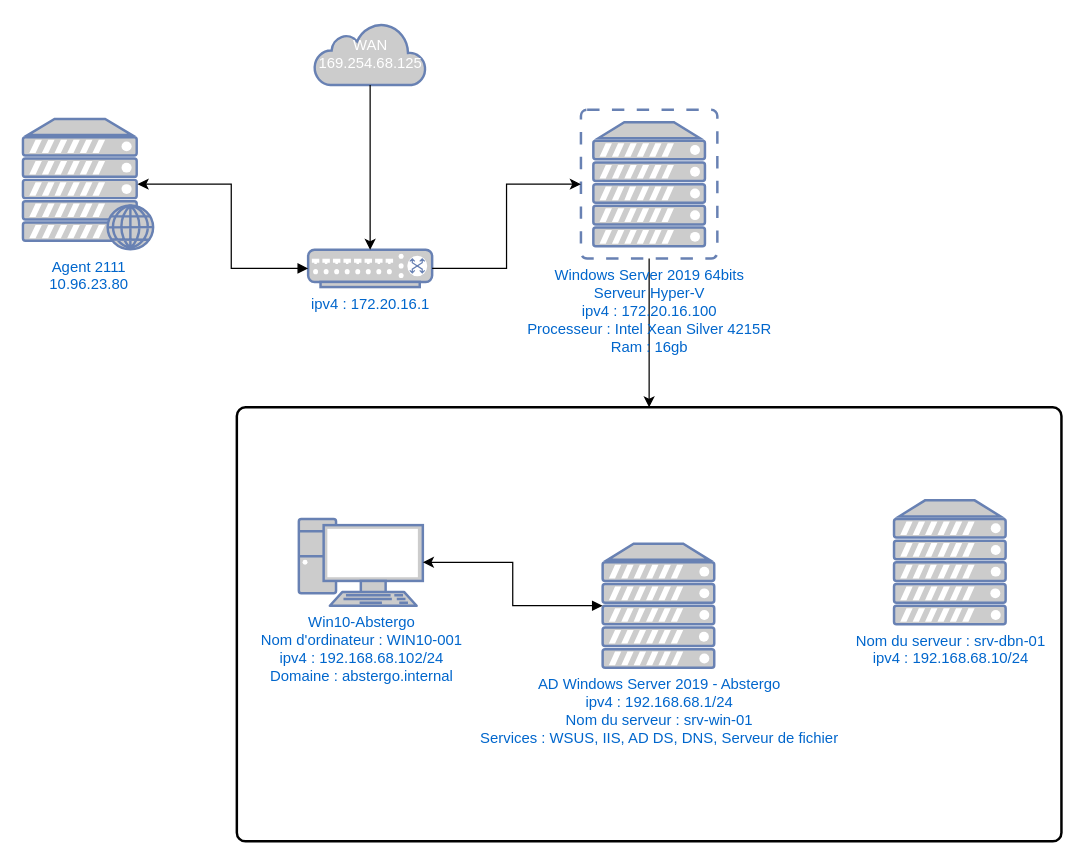
The draw.io diagram CarteduReseau.drawio in CharifMah/AbstergoAnimus, before the edit. Source tidied: cells renumbered, new cells numbered last; positions are measured from the earlier drawing's top-left corner, leaving out a move shared by most shapes. Both pictures are drawn from the tidied source at 124%, with x=0, y=0 at pixel (22, 22).
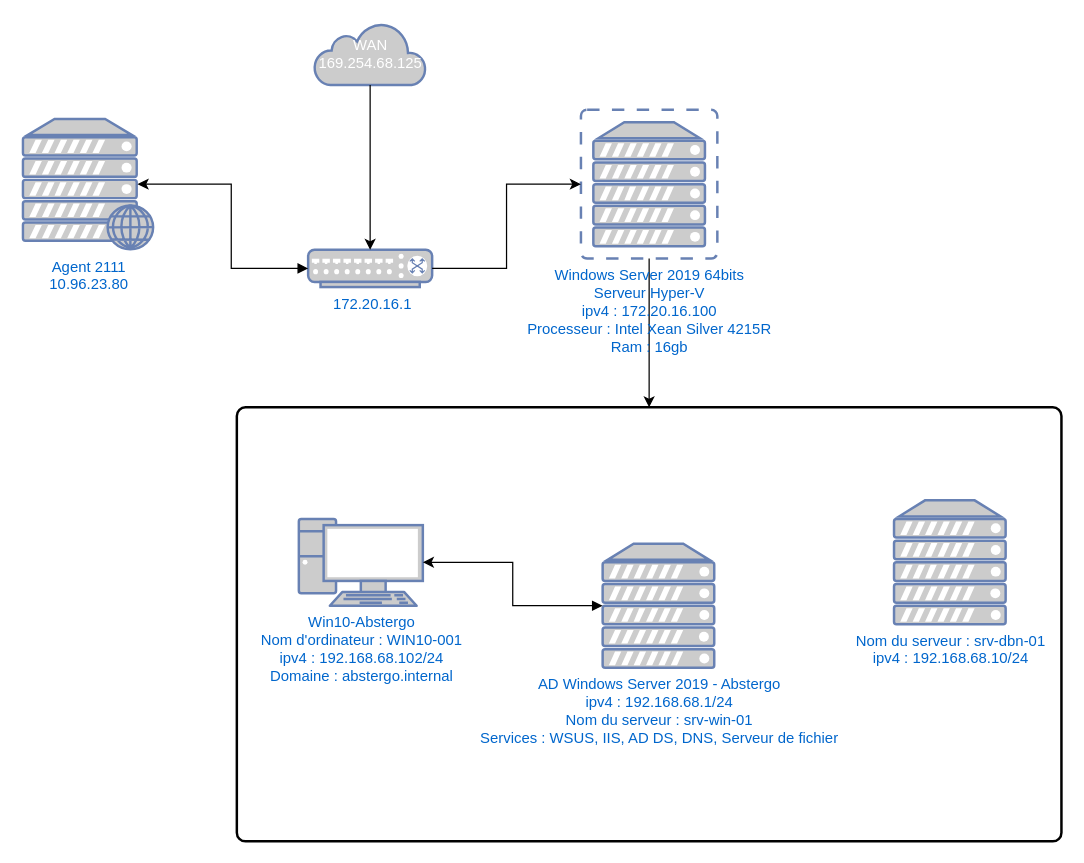
The same page after the edit.

Change to the diagram source:
```diff
@@
 <mxGraphModel>
   <root>
     <mxCell id="0" />
     <mxCell id="1" parent="0" />
     <mxCell id="2" style="edgeStyle=orthogonalEdgeStyle;rounded=0;jettySize=auto;html=1;entryX=0.5;entryY=0;entryDx=0;entryDy=0;" parent="1" edge="1" source="3" target="9">
       <mxGeometry relative="1" as="geometry" />
     </mxCell>
     <mxCell id="3" value="Windows Server 2019 64bits&lt;br&gt;Serveur Hyper-V&lt;br&gt;ipv4 : 172.20.16.100&lt;br&gt;Processeur : Intel Xean Silver 4215R&lt;br&gt;Ram : 16gb" style="fontColor=#0066CC;verticalAlign=top;verticalLabelPosition=bottom;labelPosition=center;align=center;html=1;outlineConnect=0;fillColor=#CCCCCC;strokeColor=#6881B3;gradientColor=none;gradientDirection=north;strokeWidth=2;shape=mxgraph.networks.virtual_server;" parent="1" vertex="1">
       <mxGeometry x="450" y="70" width="110" height="120" as="geometry" />
     </mxCell>
     <mxCell id="4" value="Agent 2111&lt;br&gt;10.96.23.80" style="fontColor=#0066CC;verticalAlign=top;verticalLabelPosition=bottom;labelPosition=center;align=center;html=1;outlineConnect=0;fillColor=#CCCCCC;strokeColor=#6881B3;gradientColor=none;gradientDirection=north;strokeWidth=2;shape=mxgraph.networks.web_server;" parent="1" vertex="1">
       <mxGeometry y="77.5" width="105" height="105" as="geometry" />
     </mxCell>
-    <mxCell id="5" value="ipv4 : 172.20.16.1" style="fontColor=#0066CC;verticalAlign=top;verticalLabelPosition=bottom;labelPosition=center;align=center;html=1;outlineConnect=0;fillColor=#CCCCCC;strokeColor=#6881B3;gradientColor=none;gradientDirection=north;strokeWidth=2;shape=mxgraph.networks.switch;" parent="1" vertex="1">
+    <mxCell id="5" value="&amp;nbsp;172.20.16.1" style="fontColor=#0066CC;verticalAlign=top;verticalLabelPosition=bottom;labelPosition=center;align=center;html=1;outlineConnect=0;fillColor=#CCCCCC;strokeColor=#6881B3;gradientColor=none;gradientDirection=north;strokeWidth=2;shape=mxgraph.networks.switch;" parent="1" vertex="1">
       <mxGeometry x="230" y="183" width="100" height="30" as="geometry" />
     </mxCell>
     <mxCell id="6" value="WAN&lt;br&gt;169.254.68.125" style="html=1;outlineConnect=0;fillColor=#CCCCCC;strokeColor=#6881B3;gradientColor=none;gradientDirection=north;strokeWidth=2;shape=mxgraph.networks.cloud;fontColor=#ffffff;" parent="1" vertex="1">
       <mxGeometry x="235" width="90" height="50" as="geometry" />
     </mxCell>
     <mxCell id="7" style="edgeStyle=orthogonalEdgeStyle;rounded=0;jettySize=auto;html=1;entryX=0.5;entryY=0;entryDx=0;entryDy=0;entryPerimeter=0;" parent="1" edge="1" source="6" target="5">
       <mxGeometry relative="1" as="geometry" />
     </mxCell>
     <mxCell id="8" style="group;" parent="1" vertex="1">
       <mxGeometry x="172.5" y="310" width="665" height="350" as="geometry" />
     </mxCell>
     <mxCell id="9" style="rounded=1;whiteSpace=wrap;html=1;absoluteArcSize=1;arcSize=14;strokeWidth=2;" parent="8" vertex="1">
       <mxGeometry width="665" height="350" as="geometry" />
     </mxCell>
     <mxCell id="10" value="AD Windows Server 2019 - Abstergo&lt;br&gt;ipv4 : 192.168.68.1/24&lt;br&gt;Nom du serveur : srv-win-01&lt;br&gt;Services : WSUS, IIS, AD DS, DNS, Serveur de fichier" style="fontColor=#0066CC;verticalAlign=top;verticalLabelPosition=bottom;labelPosition=center;align=center;html=1;outlineConnect=0;fillColor=#CCCCCC;strokeColor=#6881B3;gradientColor=none;gradientDirection=north;strokeWidth=2;shape=mxgraph.networks.server;" parent="8" vertex="1">
       <mxGeometry x="295" y="110" width="90" height="100" as="geometry" />
     </mxCell>
     <mxCell id="11" value="Win10-Abstergo&lt;br&gt;Nom d'ordinateur : WIN10-001&lt;br&gt;ipv4 : 192.168.68.102/24&lt;br&gt;Domaine : abstergo.internal" style="fontColor=#0066CC;verticalAlign=top;verticalLabelPosition=bottom;labelPosition=center;align=center;html=1;outlineConnect=0;fillColor=#CCCCCC;strokeColor=#6881B3;gradientColor=none;gradientDirection=north;strokeWidth=2;shape=mxgraph.networks.pc;" parent="8" vertex="1">
       <mxGeometry x="50" y="90" width="100" height="70" as="geometry" />
     </mxCell>
     <mxCell id="12" value="Nom du serveur : srv-dbn-01&lt;br&gt;ipv4 : 192.168.68.10/24" style="fontColor=#0066CC;verticalAlign=top;verticalLabelPosition=bottom;labelPosition=center;align=center;html=1;fillColor=#CCCCCC;strokeColor=#6881B3;gradientColor=none;gradientDirection=north;strokeWidth=2;shape=mxgraph.networks.server;" parent="8" vertex="1">
       <mxGeometry x="530" y="75" width="90" height="100" as="geometry" />
     </mxCell>
     <mxCell id="13" style="edgeStyle=orthogonalEdgeStyle;rounded=0;jettySize=auto;html=1;entryX=1;entryY=0.5;entryDx=0;entryDy=0;entryPerimeter=0;startArrow=block;startFill=1;" parent="8" edge="1" source="10" target="11">
       <mxGeometry relative="1" as="geometry" />
     </mxCell>
     <mxCell id="14" style="edgeStyle=orthogonalEdgeStyle;rounded=0;jettySize=auto;html=1;entryX=0;entryY=0.5;entryDx=0;entryDy=0;entryPerimeter=0;" parent="1" edge="1" source="5" target="3">
       <mxGeometry relative="1" as="geometry" />
     </mxCell>
     <mxCell id="15" style="edgeStyle=orthogonalEdgeStyle;rounded=0;jettySize=auto;html=1;entryX=0.88;entryY=0.5;entryDx=0;entryDy=0;entryPerimeter=0;startArrow=block;startFill=1;" parent="1" edge="1" source="5" target="4">
       <mxGeometry relative="1" as="geometry">
         <Array as="points">
           <mxPoint x="168" y="198" />
           <mxPoint x="168" y="130" />
         </Array>
       </mxGeometry>
     </mxCell>
   </root>
 </mxGraphModel>
```
